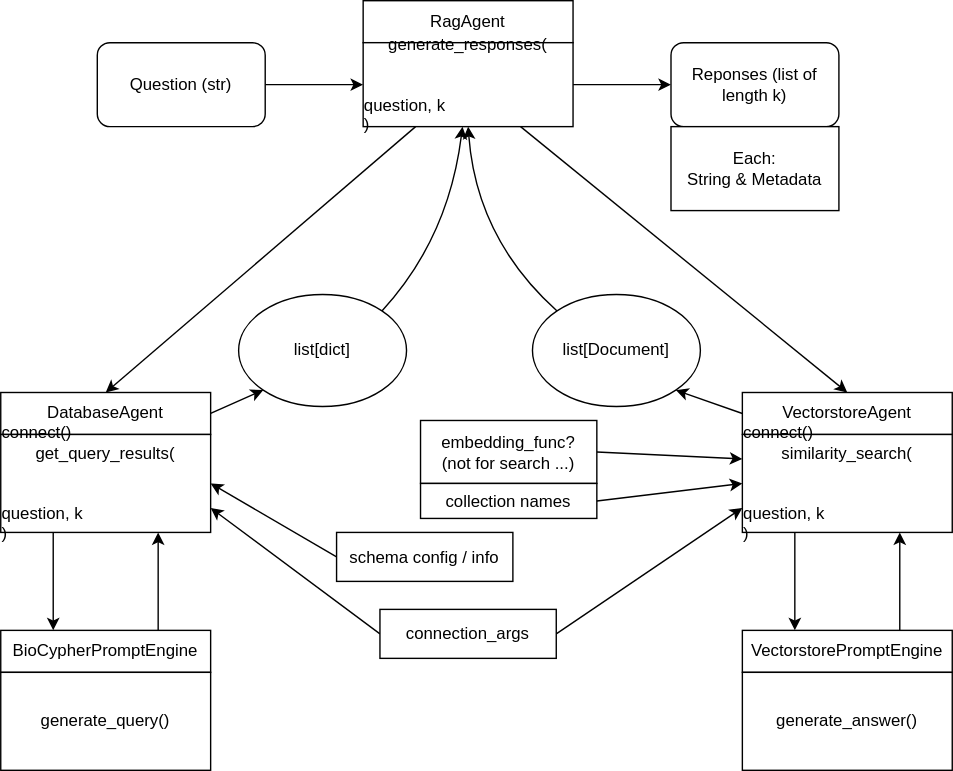
Above: docs/rag_api.drawio.svg in biocypher/biochatter (draw.io), before the change. Source tidied: cells renumbered, new cells last; positions are measured from the earlier drawing's top-left corner, leaving out a move shared by most shapes.
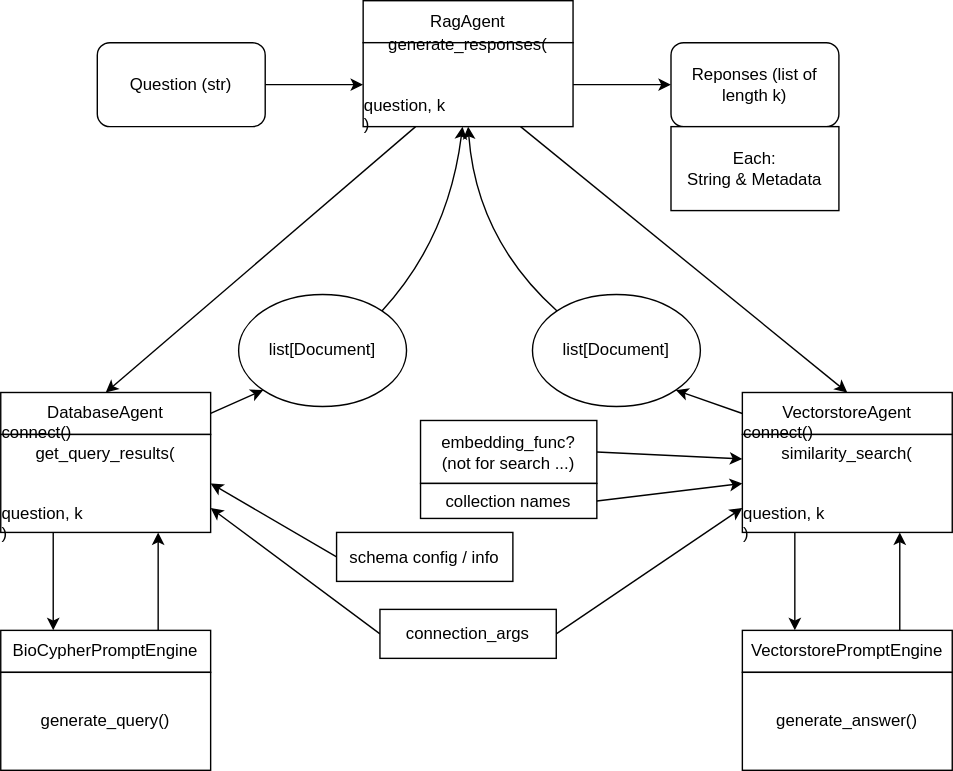
The same diagram one commit later.

Commit message:
update database agent to return list of Documents

Diff of the diagram source:
```diff
@@ -59,7 +59,7 @@
         </Array>
       </mxGeometry>
     </mxCell>
-    <mxCell id="18" value="list[dict]" style="ellipse;whiteSpace=wrap;html=1;" parent="1" vertex="1">
+    <mxCell id="18" value="list[Document]" style="ellipse;whiteSpace=wrap;html=1;" parent="1" vertex="1">
       <mxGeometry x="170" y="210" width="120" height="80" as="geometry" />
     </mxCell>
     <mxCell id="19" style="edgeStyle=none;html=1;exitX=0;exitY=0.5;exitDx=0;exitDy=0;entryX=1;entryY=1;entryDx=0;entryDy=0;" parent="1" edge="1" source="11" target="16">
```
